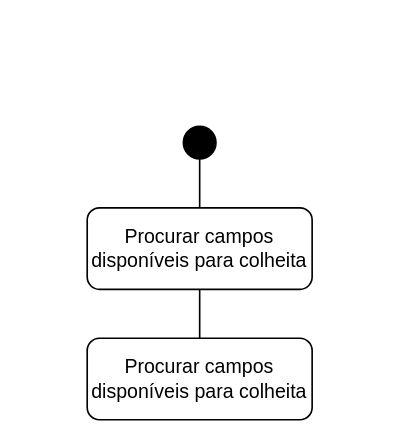
Above: Diagrama sem nome.drawio in Thiago163/api_sistema_trienal (draw.io), before the change. Source tidied: cells renumbered, new cells numbered last; positions are measured from the earlier drawing's top-left corner, leaving out a move shared by most shapes. Both pictures are drawn from the tidied source at 163%, with x=0, y=0 at pixel (86, 126).
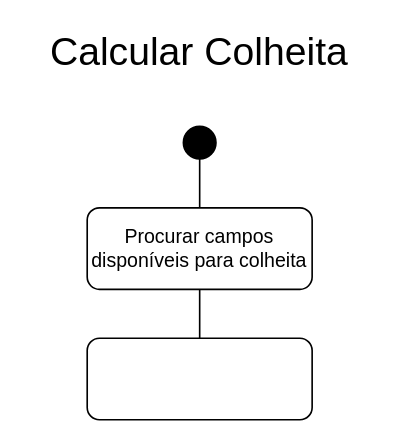
The same page after the edit.

Diff of the diagram source:
```diff
@@
 <mxGraphModel>
   <root>
     <mxCell id="0" />
     <mxCell id="1" parent="0" />
     <mxCell id="2" style="ellipse;whiteSpace=wrap;html=1;fillColor=#000000;" parent="1" vertex="1">
       <mxGeometry x="59" width="20" height="20" as="geometry" />
     </mxCell>
     <mxCell id="3" value="Procurar campos disponíveis para colheita" style="rounded=1;whiteSpace=wrap;html=1;" parent="1" vertex="1">
       <mxGeometry y="50" width="138" height="50" as="geometry" />
     </mxCell>
     <mxCell id="4" style="endArrow=none;html=1;rounded=0;entryX=0.5;entryY=1;entryDx=0;entryDy=0;exitX=0.5;exitY=0;exitDx=0;exitDy=0;" parent="1" edge="1" source="3" target="2">
       <mxGeometry relative="1" as="geometry" />
     </mxCell>
-    <mxCell id="5" value="Procurar campos disponíveis para colheita" style="rounded=1;whiteSpace=wrap;html=1;" parent="1" vertex="1">
+    <mxCell id="5" style="rounded=1;whiteSpace=wrap;html=1;" parent="1" vertex="1">
       <mxGeometry y="130" width="138" height="50" as="geometry" />
     </mxCell>
     <mxCell id="6" style="endArrow=none;html=1;rounded=0;entryX=0.5;entryY=1;entryDx=0;entryDy=0;exitX=0.5;exitY=0;exitDx=0;exitDy=0;" parent="1" edge="1" source="5" target="3">
       <mxGeometry relative="1" as="geometry" />
     </mxCell>
+    <mxCell id="7" value="&lt;font style=&quot;font-size: 24px;&quot;&gt;Calcular Colheita&lt;/font&gt;" style="text;html=1;strokeColor=none;fillColor=none;align=center;verticalAlign=middle;whiteSpace=wrap;rounded=0;" parent="1" vertex="1">
+      <mxGeometry x="-36" y="-60" width="210" height="30" as="geometry" />
+    </mxCell>
   </root>
 </mxGraphModel>
```
